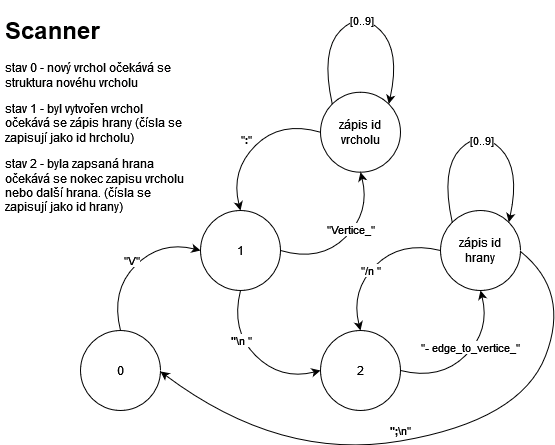
Above: doc/fig/Scanner_automat_Final.drawio.png in Vladimir284/IAL-Rovinnost_grafu (draw.io), before the change. Source tidied: cells renumbered, new cells last; positions are measured from the earlier drawing's top-left corner, leaving out a move shared by most shapes.
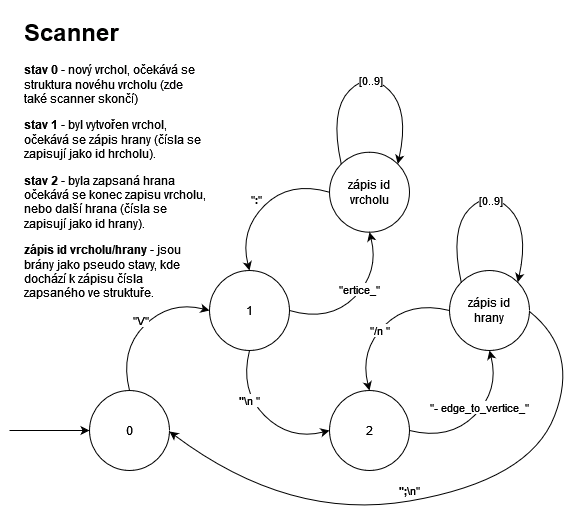
Later version of the same file.

Commit message:
new scanner automat

What changed in the source:
```diff
@@ -11,8 +11,8 @@
     <mxCell id="4" value="2" style="ellipse;whiteSpace=wrap;html=1;" parent="1" vertex="1">
       <mxGeometry x="320" y="320" width="80" height="80" as="geometry" />
     </mxCell>
-    <mxCell id="5" value="&lt;h1&gt;Scanner&lt;/h1&gt;&lt;p&gt;stav 0 - nový vrchol očekává se struktura novéhu vrcholu&lt;/p&gt;&lt;p&gt;stav 1 - byl vytvořen vrchol očekává se zápis hrany (čísla se zapisují jako id hrcholu)&lt;/p&gt;&lt;p&gt;stav 2 - byla zapsaná hrana očekává se nokec zapisu vrcholu nebo další hrana. (čísla se zapisují jako id hrany)&lt;br&gt;&lt;/p&gt;" style="text;html=1;strokeColor=none;fillColor=none;spacing=5;spacingTop=-20;whiteSpace=wrap;overflow=hidden;rounded=0;" parent="1" vertex="1">
-      <mxGeometry width="190" height="210" as="geometry" />
+    <mxCell id="5" value="&lt;h1&gt;Scanner&lt;/h1&gt;&lt;p&gt;&lt;b&gt;stav 0&lt;/b&gt; - nový vrchol, očekává se struktura novéhu vrcholu (zde také scanner skončí)&lt;br&gt;&lt;/p&gt;&lt;p&gt;&lt;b&gt;stav 1&lt;/b&gt; - byl vytvořen vrchol, očekává se zápis hrany (čísla se zapisují jako id hrcholu).&lt;/p&gt;&lt;p&gt;&lt;b&gt;stav 2&lt;/b&gt; - byla zapsaná hrana očekává se konec zapisu vrcholu, nebo další hrana (čísla se zapisují jako id hrany).&lt;/p&gt;&lt;p&gt;&lt;b&gt;zápis id vrcholu/hrany&lt;/b&gt; - jsou brány jako pseudo stavy, kde dochází k zápisu čísla zapsaného ve struktuře.&lt;br&gt;&lt;/p&gt;" style="text;html=1;strokeColor=none;fillColor=none;spacing=5;spacingTop=-20;whiteSpace=wrap;overflow=hidden;rounded=0;" parent="1" vertex="1">
+      <mxGeometry x="10" y="-58.3" width="190" height="288.3" as="geometry" />
     </mxCell>
     <mxCell id="6" style="curved=1;endArrow=classic;html=1;rounded=0;entryX=0;entryY=0.5;entryDx=0;entryDy=0;exitX=0.5;exitY=0;exitDx=0;exitDy=0;" parent="1" edge="1" source="2" target="3">
       <mxGeometry relative="1" as="geometry">
@@ -137,10 +137,16 @@
         </Array>
       </mxGeometry>
     </mxCell>
-    <mxCell id="25" value="&quot;Vertice_&quot;" style="edgeLabel;html=1;align=center;verticalAlign=middle;" parent="24" vertex="1">
+    <mxCell id="25" value="&quot;ertice_&quot;" style="edgeLabel;html=1;align=center;verticalAlign=middle;" parent="24" vertex="1">
       <mxGeometry x="0.14" y="1" relative="1" as="geometry">
         <mxPoint x="-2" as="offset" />
       </mxGeometry>
     </mxCell>
+    <mxCell id="26" style="endArrow=classic;html=1;rounded=0;" parent="1" edge="1">
+      <mxGeometry relative="1" as="geometry">
+        <mxPoint y="360" as="sourcePoint" />
+        <mxPoint x="80" y="360" as="targetPoint" />
+      </mxGeometry>
+    </mxCell>
   </root>
 </mxGraphModel>
```
